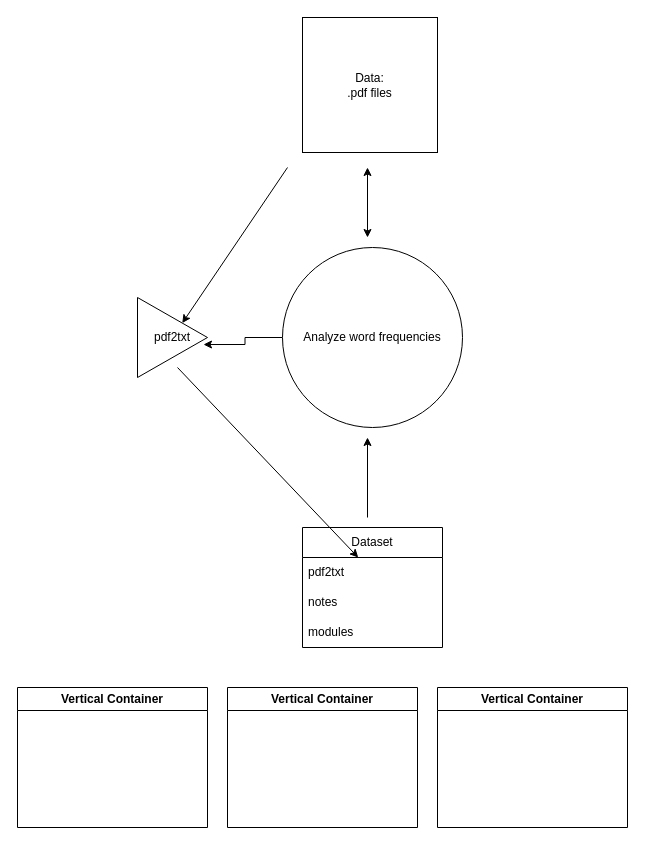
Before: plot.drawio in MehmetKay-sudo/Data_Science, a draw.io diagram. Source tidied: cells renumbered, new cells numbered last; positions are measured from the earlier drawing's top-left corner, leaving out a move shared by most shapes. Both pictures are drawn from the tidied source at 100%, with x=0, y=0 at pixel (17, 17).
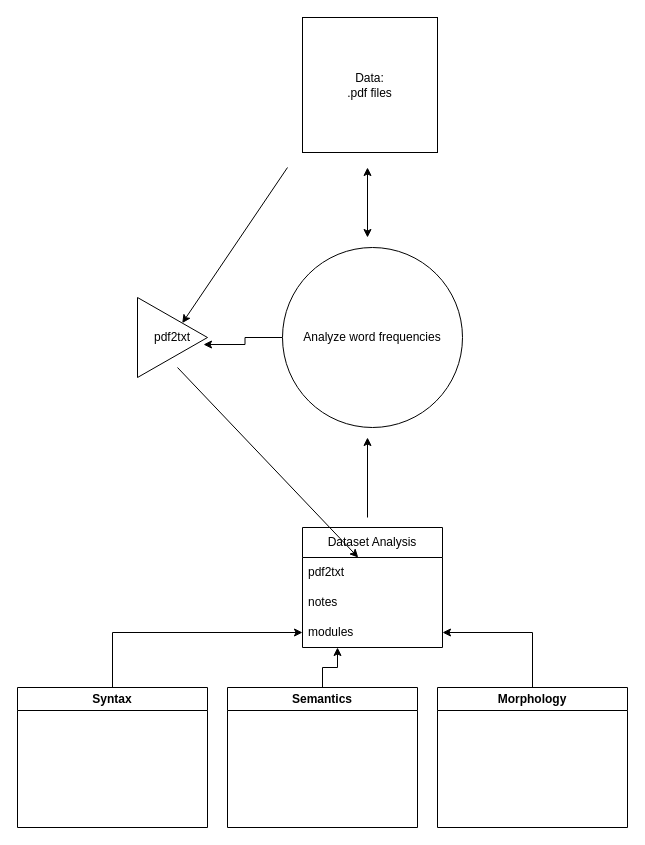
The same page after the edit.

The change refers to these unchanged cells:
```xml
<mxCell id="8" value="modules" style="text;strokeColor=none;fillColor=none;align=left;verticalAlign=middle;spacingLeft=4;spacingRight=4;overflow=hidden;points=[[0,0.5],[1,0.5]];portConstraint=eastwest;whiteSpace=wrap;html=1;" parent="5" vertex="1">
  <mxGeometry y="90" width="140" height="30" as="geometry" />
</mxCell>
```

Change to the diagram source:
```diff
@@
-    <mxCell id="5" value="Dataset" style="swimlane;fontStyle=0;horizontal=1;startSize=30;whiteSpace=wrap;html=1;" parent="1" vertex="1">
+    <mxCell id="5" value="&lt;div&gt;Dataset Analysis&lt;/div&gt;" style="swimlane;fontStyle=0;horizontal=1;startSize=30;whiteSpace=wrap;html=1;" parent="1" vertex="1">
       <mxGeometry x="285" y="510" width="140" height="120" as="geometry" />
     </mxCell>
@@
+    <mxCell id="17" style="edgeStyle=orthogonalEdgeStyle;rounded=0;jettySize=auto;html=1;" parent="1" edge="1" source="14" target="8">
+      <mxGeometry relative="1" as="geometry" />
+    </mxCell>
-    <mxCell id="14" value="Vertical Container" style="swimlane;whiteSpace=wrap;html=1;" parent="1" vertex="1">
+    <mxCell id="14" value="Syntax" style="swimlane;whiteSpace=wrap;html=1;" parent="1" vertex="1">
       <mxGeometry y="670" width="190" height="140" as="geometry" />
     </mxCell>
+    <mxCell id="18" style="edgeStyle=orthogonalEdgeStyle;rounded=0;jettySize=auto;html=1;entryX=0.25;entryY=1;entryDx=0;entryDy=0;entryPerimeter=0;" parent="1" edge="1" source="15" target="8">
+      <mxGeometry relative="1" as="geometry" />
+    </mxCell>
-    <mxCell id="15" value="Vertical Container" style="swimlane;whiteSpace=wrap;html=1;" parent="1" vertex="1">
+    <mxCell id="15" value="Semantics" style="swimlane;whiteSpace=wrap;html=1;" parent="1" vertex="1">
       <mxGeometry x="210" y="670" width="190" height="140" as="geometry" />
     </mxCell>
+    <mxCell id="19" style="edgeStyle=orthogonalEdgeStyle;rounded=0;jettySize=auto;html=1;entryX=1;entryY=0.5;entryDx=0;entryDy=0;" parent="1" edge="1" source="16" target="8">
+      <mxGeometry relative="1" as="geometry" />
+    </mxCell>
-    <mxCell id="16" value="Vertical Container" style="swimlane;whiteSpace=wrap;html=1;" parent="1" vertex="1">
+    <mxCell id="16" value="Morphology" style="swimlane;whiteSpace=wrap;html=1;" parent="1" vertex="1">
       <mxGeometry x="420" y="670" width="190" height="140" as="geometry" />
     </mxCell>
```
